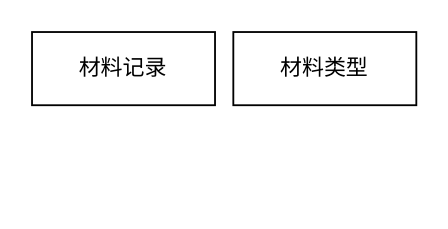
Earlier version of the draw.io diagram page "材料服务" (3 of 4) of 毕设管理系统/ER模型图.drawio (FdfGithub/drawio). Source tidied: cells renumbered, new cells numbered last; positions are measured from the earlier drawing's top-left corner, leaving out a move shared by most shapes. Both pictures are drawn from the tidied source at 183%, with x=0, y=0 at pixel (31, 31).
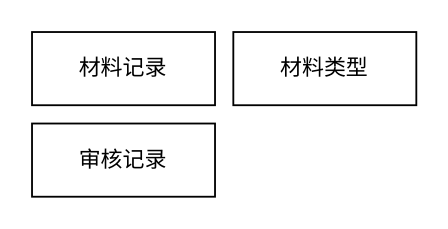
The same diagram, later.

What changed in the source:
```diff
@@
 <mxGraphModel>
   <root>
     <mxCell id="0" />
     <mxCell id="1" parent="0" />
     <mxCell id="2" value="材料记录" style="whiteSpace=wrap;html=1;align=center;" parent="1" vertex="1">
       <mxGeometry width="100" height="40" as="geometry" />
     </mxCell>
     <mxCell id="3" value="材料类型" style="whiteSpace=wrap;html=1;align=center;" parent="1" vertex="1">
       <mxGeometry x="110" width="100" height="40" as="geometry" />
     </mxCell>
+    <mxCell id="4" value="审核记录" style="whiteSpace=wrap;html=1;align=center;" parent="1" vertex="1">
+      <mxGeometry y="50" width="100" height="40" as="geometry" />
+    </mxCell>
   </root>
 </mxGraphModel>
```
